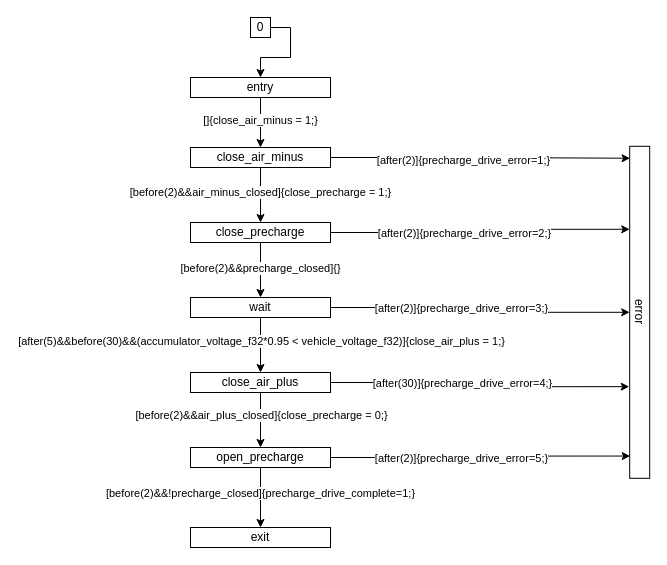
The draw.io diagram page "precharge_drive" (2 of 5) of xver/xsm/XML/graph.drawio in osceri/AMS-CC, before the edit. Source tidied: cells renumbered, new cells numbered last; positions are measured from the earlier drawing's top-left corner, leaving out a move shared by most shapes. Both pictures are drawn from the tidied source at 100%, with x=0, y=0 at pixel (190, 17).
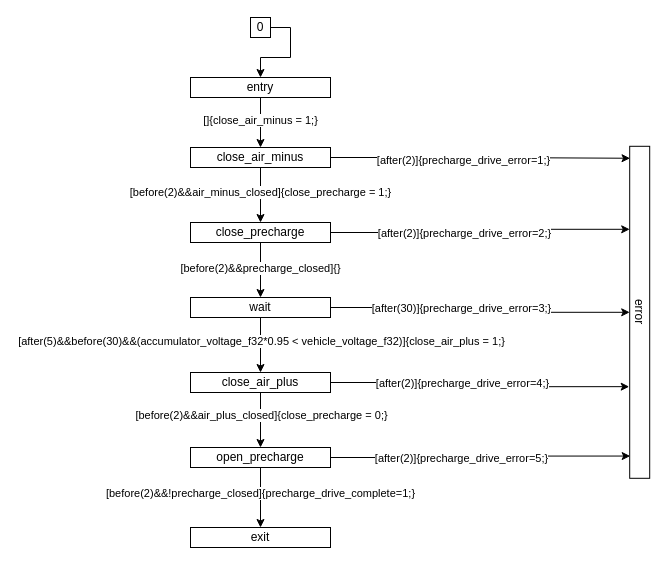
The same diagram, later.

The change refers to these unchanged cells:
```xml
<mxCell id="14" style="edgeStyle=orthogonalEdgeStyle;rounded=0;jettySize=auto;html=1;exitX=1;exitY=0.5;exitDx=0;exitDy=0;entryX=0.5;entryY=1;entryDx=0;entryDy=0;" parent="1" edge="1" source="16" target="27">
  <mxGeometry relative="1" as="geometry" />
</mxCell>
<mxCell id="19" style="edgeStyle=orthogonalEdgeStyle;rounded=0;jettySize=auto;html=1;exitX=1;exitY=0.5;exitDx=0;exitDy=0;entryX=0.724;entryY=1.025;entryDx=0;entryDy=0;entryPerimeter=0;" parent="1" edge="1" source="21" target="27">
  <mxGeometry relative="1" as="geometry" />
</mxCell>
```

The edit, as a diff of the source:
```diff
@@
-    <mxCell id="15" value="[after(2)]{precharge_drive_error=3;}" style="edgeLabel;html=1;align=center;verticalAlign=middle;" parent="14" vertex="1">
+    <mxCell id="15" value="[after(30)]{precharge_drive_error=3;}" style="edgeLabel;html=1;align=center;verticalAlign=middle;" parent="14" vertex="1">
       <mxGeometry x="-0.15" relative="1" as="geometry">
         <mxPoint x="1" as="offset" />
       </mxGeometry>
     </mxCell>
@@
-    <mxCell id="20" value="[after(30)]{precharge_drive_error=4;}" style="edgeLabel;html=1;align=center;verticalAlign=middle;" parent="19" vertex="1">
+    <mxCell id="20" value="[after(2)]{precharge_drive_error=4;}" style="edgeLabel;html=1;align=center;verticalAlign=middle;" parent="19" vertex="1">
       <mxGeometry x="-0.67" y="-1" relative="1" as="geometry">
         <mxPoint x="81" y="-1" as="offset" />
       </mxGeometry>
     </mxCell>
```
